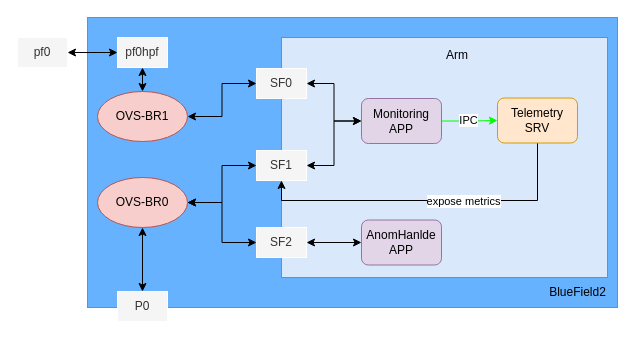
poetlife/diagrams keeps this draw.io diagram as 智能网卡网络拓扑.drawio. Above is the earlier version. Source tidied: cells renumbered, new cells numbered last; positions are measured from the earlier drawing's top-left corner, leaving out a move shared by most shapes. Both pictures are drawn from the tidied source at 100%, with x=0, y=0 at pixel (17, 17).
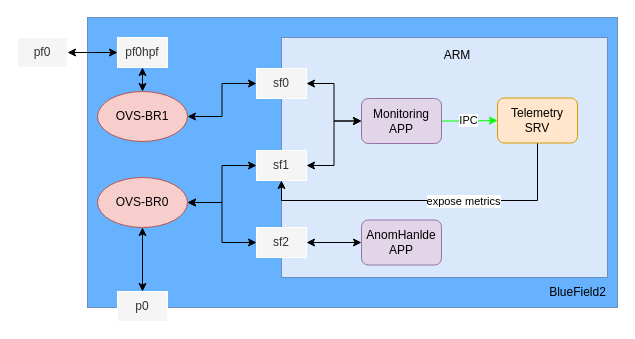
After the change.

Commit message:
更新智能网卡网络拓扑.drawio

What changed in the source:
```diff
@@
-    <mxCell id="8" value="Arm" style="text;html=1;strokeColor=none;fillColor=none;align=center;verticalAlign=middle;whiteSpace=wrap;rounded=0;" parent="1" vertex="1">
+    <mxCell id="8" value="ARM" style="text;html=1;strokeColor=none;fillColor=none;align=center;verticalAlign=middle;whiteSpace=wrap;rounded=0;" parent="1" vertex="1">
       <mxGeometry x="410" y="22.5" width="60" height="30" as="geometry" />
     </mxCell>
@@
-    <mxCell id="13" value="SF0" style="rounded=0;whiteSpace=wrap;html=1;fillColor=#f5f5f5;fontColor=#333333;strokeColor=#FFFFFF;" parent="1" vertex="1">
+    <mxCell id="13" value="sf0" style="rounded=0;whiteSpace=wrap;html=1;fillColor=#f5f5f5;fontColor=#333333;strokeColor=#FFFFFF;" parent="1" vertex="1">
       <mxGeometry x="239" y="51" width="50" height="30" as="geometry" />
     </mxCell>
@@
-    <mxCell id="15" value="SF1" style="rounded=0;whiteSpace=wrap;html=1;fillColor=#f5f5f5;fontColor=#333333;strokeColor=#FFFFFF;" parent="1" vertex="1">
+    <mxCell id="15" value="sf1" style="rounded=0;whiteSpace=wrap;html=1;fillColor=#f5f5f5;fontColor=#333333;strokeColor=#FFFFFF;" parent="1" vertex="1">
       <mxGeometry x="239" y="133" width="50" height="30" as="geometry" />
     </mxCell>
-    <mxCell id="16" value="P0" style="rounded=0;whiteSpace=wrap;html=1;fillColor=#f5f5f5;fontColor=#333333;strokeColor=#FFFFFF;" parent="1" vertex="1">
+    <mxCell id="16" value="p0" style="rounded=0;whiteSpace=wrap;html=1;fillColor=#f5f5f5;fontColor=#333333;strokeColor=#FFFFFF;" parent="1" vertex="1">
       <mxGeometry x="100" y="274" width="50" height="30" as="geometry" />
     </mxCell>
@@
-    <mxCell id="28" value="SF2" style="rounded=0;whiteSpace=wrap;html=1;fillColor=#f5f5f5;fontColor=#333333;strokeColor=#FFFFFF;" parent="1" vertex="1">
+    <mxCell id="28" value="sf2" style="rounded=0;whiteSpace=wrap;html=1;fillColor=#f5f5f5;fontColor=#333333;strokeColor=#FFFFFF;" parent="1" vertex="1">
       <mxGeometry x="239" y="210" width="50" height="30" as="geometry" />
     </mxCell>
```
